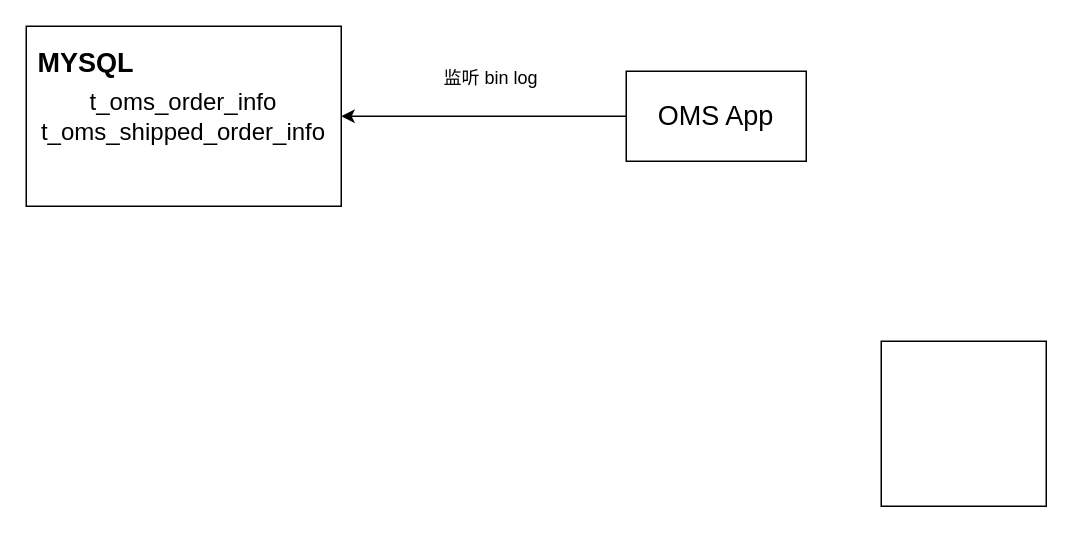
Earlier version of the draw.io diagram longpean/oms-5.1.5.drawio (GitHeP/diagrams). Source tidied: cells renumbered, new cells numbered last; positions are measured from the earlier drawing's top-left corner, leaving out a move shared by most shapes. Both pictures are drawn from the tidied source at 150%, with x=0, y=0 at pixel (26, 26).
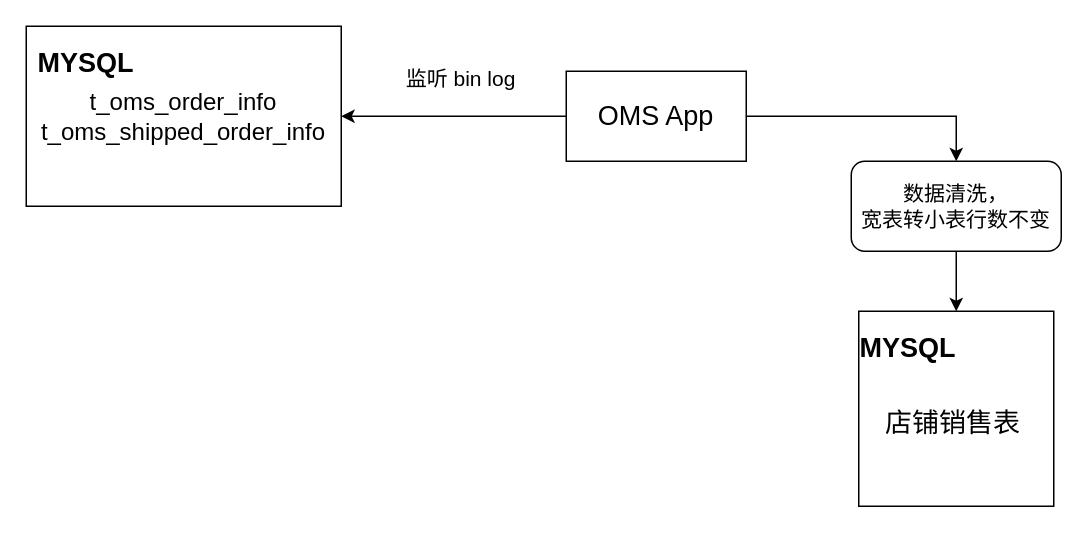
The same page after the edit.

What changed in the source:
```diff
@@
 <mxGraphModel>
   <root>
     <mxCell id="0" />
     <mxCell id="1" parent="0" />
     <mxCell id="2" value="&lt;font style=&quot;font-size: 16px;&quot;&gt;t_oms_order_info&lt;br style=&quot;border-color: var(--border-color);&quot;&gt;t_oms_shipped_order_info&lt;/font&gt;" style="rounded=0;whiteSpace=wrap;html=1;" parent="1" vertex="1">
       <mxGeometry width="210" height="120" as="geometry" />
     </mxCell>
     <mxCell id="3" style="whiteSpace=wrap;html=1;" parent="1" vertex="1">
-      <mxGeometry x="570" y="210" width="110" height="110" as="geometry" />
+      <mxGeometry x="555" y="190" width="130" height="130" as="geometry" />
     </mxCell>
     <mxCell id="4" style="edgeStyle=orthogonalEdgeStyle;rounded=0;jettySize=auto;html=1;entryX=1;entryY=0.5;entryDx=0;entryDy=0;" parent="1" edge="1" source="5" target="2">
       <mxGeometry relative="1" as="geometry" />
     </mxCell>
+    <mxCell id="8" style="edgeStyle=orthogonalEdgeStyle;rounded=0;jettySize=auto;html=1;entryX=0.5;entryY=0;entryDx=0;entryDy=0;" parent="1" edge="1" source="5" target="10">
+      <mxGeometry relative="1" as="geometry" />
+    </mxCell>
     <mxCell id="5" value="&lt;font style=&quot;font-size: 18px;&quot;&gt;OMS App&lt;/font&gt;" style="rounded=0;whiteSpace=wrap;html=1;" parent="1" vertex="1">
-      <mxGeometry x="400" y="30" width="120" height="60" as="geometry" />
+      <mxGeometry x="360" y="30" width="120" height="60" as="geometry" />
     </mxCell>
     <mxCell id="6" value="&lt;b&gt;&lt;font style=&quot;font-size: 18px;&quot;&gt;MYSQL&lt;/font&gt;&lt;/b&gt;" style="text;html=1;strokeColor=none;fillColor=none;align=center;verticalAlign=middle;whiteSpace=wrap;rounded=0;" parent="1" vertex="1">
       <mxGeometry x="10" y="10" width="60" height="30" as="geometry" />
     </mxCell>
-    <mxCell id="7" value="监听 bin log" style="text;html=1;strokeColor=none;fillColor=none;align=center;verticalAlign=middle;whiteSpace=wrap;rounded=0;" parent="1" vertex="1">
-      <mxGeometry x="270" y="20" width="80" height="30" as="geometry" />
+    <mxCell id="7" value="&lt;font style=&quot;font-size: 14px;&quot;&gt;监听 bin log&lt;/font&gt;" style="text;html=1;strokeColor=none;fillColor=none;align=center;verticalAlign=middle;whiteSpace=wrap;rounded=0;" parent="1" vertex="1">
+      <mxGeometry x="250" y="20" width="80" height="30" as="geometry" />
     </mxCell>
+    <mxCell id="9" style="edgeStyle=orthogonalEdgeStyle;rounded=0;jettySize=auto;html=1;" parent="1" edge="1" source="10" target="3">
+      <mxGeometry relative="1" as="geometry" />
+    </mxCell>
+    <mxCell id="10" value="&lt;font style=&quot;font-size: 14px;&quot;&gt;数据清洗，&lt;br&gt;宽表转小表行数不变&lt;br&gt;&lt;/font&gt;" style="rounded=1;whiteSpace=wrap;html=1;" parent="1" vertex="1">
+      <mxGeometry x="550" y="90" width="140" height="60" as="geometry" />
+    </mxCell>
+    <mxCell id="11" value="&lt;b&gt;&lt;font style=&quot;font-size: 18px;&quot;&gt;MYSQL&lt;/font&gt;&lt;/b&gt;" style="text;html=1;strokeColor=none;fillColor=none;align=center;verticalAlign=middle;whiteSpace=wrap;rounded=0;" parent="1" vertex="1">
+      <mxGeometry x="557.5" y="200" width="60" height="30" as="geometry" />
+    </mxCell>
+    <mxCell id="12" value="&lt;font style=&quot;font-size: 18px;&quot;&gt;店铺销售表&lt;/font&gt;" style="text;html=1;strokeColor=none;fillColor=none;align=center;verticalAlign=middle;whiteSpace=wrap;rounded=0;" parent="1" vertex="1">
+      <mxGeometry x="562.5" y="250" width="110" height="30" as="geometry" />
+    </mxCell>
   </root>
 </mxGraphModel>
```
